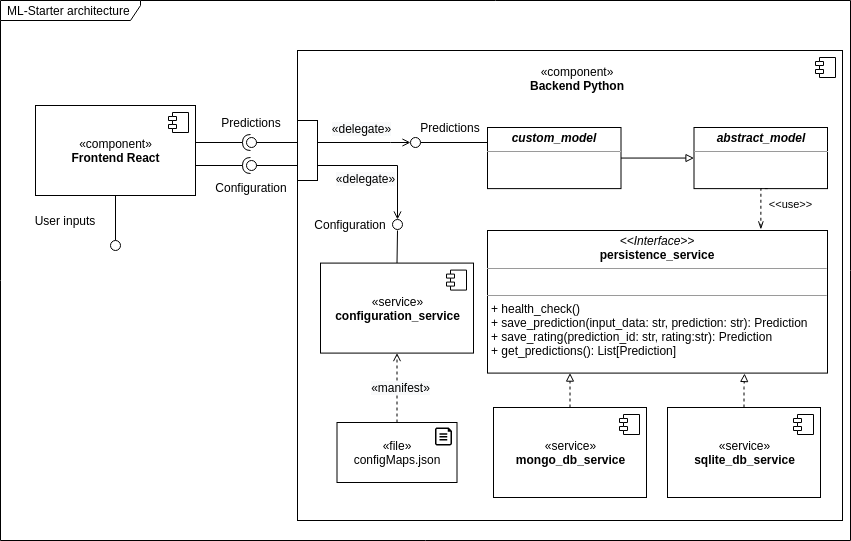
Earlier version of the draw.io export docs/images/architecture.png (loki344/ml-starter). Source tidied: cells renumbered, new cells last; positions are measured from the earlier drawing's top-left corner, leaving out a move shared by most shapes.
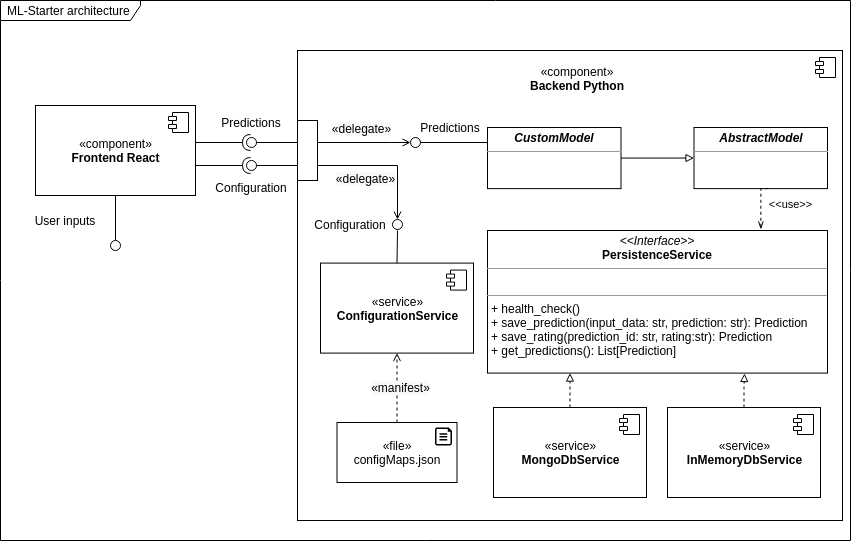
Later version of the same file.

The edit, as a diff of the source:
```diff
@@ -62,7 +62,7 @@
         </Array>
       </mxGeometry>
     </mxCell>
-    <mxCell id="16" value="«service»&lt;br&gt;&lt;b&gt;mongo_db_service&lt;br&gt;&lt;/b&gt;" style="html=1;" parent="1" vertex="1">
+    <mxCell id="16" value="«service»&lt;br&gt;&lt;b&gt;MongoDbService&lt;br&gt;&lt;/b&gt;" style="html=1;" parent="1" vertex="1">
       <mxGeometry x="493" y="407" width="153" height="90" as="geometry" />
     </mxCell>
     <mxCell id="17" style="shape=module;jettyWidth=8;jettyHeight=4;" parent="16" vertex="1">
@@ -73,7 +73,7 @@
     <mxCell id="18" style="edgeStyle=orthogonalEdgeStyle;rounded=0;jettySize=auto;html=1;dashed=1;endArrow=block;endFill=0;entryX=0.756;entryY=1.003;entryDx=0;entryDy=0;entryPerimeter=0;" parent="1" edge="1" source="19" target="27">
       <mxGeometry relative="1" as="geometry" />
     </mxCell>
-    <mxCell id="19" value="«service»&lt;br&gt;&lt;b&gt;sqlite_db_service&lt;br&gt;&lt;/b&gt;" style="html=1;" parent="1" vertex="1">
+    <mxCell id="19" value="«service»&lt;br&gt;&lt;b&gt;InMemoryDbService&lt;br&gt;&lt;/b&gt;" style="html=1;" parent="1" vertex="1">
       <mxGeometry x="667" y="407" width="153" height="90" as="geometry" />
     </mxCell>
     <mxCell id="20" style="shape=module;jettyWidth=8;jettyHeight=4;" parent="19" vertex="1">
@@ -105,10 +105,10 @@
     <mxCell id="25" value="&lt;span&gt;«component»&lt;/span&gt;&lt;br&gt;&lt;b&gt;Backend Python&lt;/b&gt;" style="text;html=1;strokeColor=none;fillColor=none;align=center;verticalAlign=middle;whiteSpace=wrap;rounded=0;" parent="1" vertex="1">
       <mxGeometry x="487" y="67.5" width="180" height="20.4" as="geometry" />
     </mxCell>
-    <mxCell id="26" value="&lt;p style=&quot;margin: 0px ; margin-top: 4px ; text-align: center&quot;&gt;&lt;b&gt;&lt;i&gt;abstract_model&lt;/i&gt;&lt;/b&gt;&lt;/p&gt;&lt;hr size=&quot;1&quot;&gt;&lt;p style=&quot;margin: 0px ; margin-left: 4px&quot;&gt;&lt;br&gt;&lt;/p&gt;" style="verticalAlign=top;align=left;overflow=fill;fontSize=12;fontFamily=Helvetica;html=1;" parent="1" vertex="1">
+    <mxCell id="26" value="&lt;p style=&quot;margin: 0px ; margin-top: 4px ; text-align: center&quot;&gt;&lt;b&gt;&lt;i&gt;AbstractModel&lt;/i&gt;&lt;/b&gt;&lt;/p&gt;&lt;hr size=&quot;1&quot;&gt;&lt;p style=&quot;margin: 0px ; margin-left: 4px&quot;&gt;&lt;br&gt;&lt;/p&gt;" style="verticalAlign=top;align=left;overflow=fill;fontSize=12;fontFamily=Helvetica;html=1;" parent="1" vertex="1">
       <mxGeometry x="693.5" y="127" width="133.5" height="61.1" as="geometry" />
     </mxCell>
-    <mxCell id="27" value="&lt;p style=&quot;margin: 0px ; margin-top: 4px ; text-align: center&quot;&gt;&lt;i&gt;&amp;lt;&amp;lt;Interface&amp;gt;&amp;gt;&lt;/i&gt;&lt;br&gt;&lt;b&gt;persistence_service&lt;/b&gt;&lt;/p&gt;&lt;hr size=&quot;1&quot;&gt;&lt;p style=&quot;margin: 0px ; margin-left: 4px&quot;&gt;&lt;br&gt;&lt;/p&gt;&lt;hr size=&quot;1&quot;&gt;&lt;p style=&quot;margin: 0px ; margin-left: 4px&quot;&gt;+ health_check()&lt;br&gt;+ save_prediction(input_data: str, prediction: str): Prediction&lt;/p&gt;&lt;p style=&quot;margin: 0px ; margin-left: 4px&quot;&gt;+ save_rating(prediction_id: str, rating:str): Prediction&lt;/p&gt;&lt;p style=&quot;margin: 0px ; margin-left: 4px&quot;&gt;+ get_predictions(): List[Prediction]&lt;/p&gt;" style="verticalAlign=top;align=left;overflow=fill;fontSize=12;fontFamily=Helvetica;html=1;" parent="1" vertex="1">
+    <mxCell id="27" value="&lt;p style=&quot;margin: 0px ; margin-top: 4px ; text-align: center&quot;&gt;&lt;i&gt;&amp;lt;&amp;lt;Interface&amp;gt;&amp;gt;&lt;/i&gt;&lt;br&gt;&lt;b&gt;PersistenceService&lt;/b&gt;&lt;/p&gt;&lt;hr size=&quot;1&quot;&gt;&lt;p style=&quot;margin: 0px ; margin-left: 4px&quot;&gt;&lt;br&gt;&lt;/p&gt;&lt;hr size=&quot;1&quot;&gt;&lt;p style=&quot;margin: 0px ; margin-left: 4px&quot;&gt;+ health_check()&lt;br&gt;+ save_prediction(input_data: str, prediction: str): Prediction&lt;/p&gt;&lt;p style=&quot;margin: 0px ; margin-left: 4px&quot;&gt;+ save_rating(prediction_id: str, rating:str): Prediction&lt;/p&gt;&lt;p style=&quot;margin: 0px ; margin-left: 4px&quot;&gt;+ get_predictions(): List[Prediction]&lt;/p&gt;" style="verticalAlign=top;align=left;overflow=fill;fontSize=12;fontFamily=Helvetica;html=1;" parent="1" vertex="1">
       <mxGeometry x="487" y="230" width="340" height="142.6" as="geometry" />
     </mxCell>
     <mxCell id="28" style="group;" parent="1" vertex="1">
@@ -123,7 +123,7 @@
     <mxCell id="31" style="edgeStyle=orthogonalEdgeStyle;rounded=0;jettySize=auto;html=1;endArrow=block;endFill=0;" parent="1" edge="1" source="32" target="26">
       <mxGeometry relative="1" as="geometry" />
     </mxCell>
-    <mxCell id="32" value="&lt;p style=&quot;margin: 0px ; margin-top: 4px ; text-align: center&quot;&gt;&lt;b&gt;&lt;i&gt;custom_model&lt;/i&gt;&lt;/b&gt;&lt;/p&gt;&lt;hr size=&quot;1&quot;&gt;&lt;p style=&quot;margin: 0px ; margin-left: 4px&quot;&gt;&lt;br&gt;&lt;/p&gt;" style="verticalAlign=top;align=left;overflow=fill;fontSize=12;fontFamily=Helvetica;html=1;" parent="1" vertex="1">
+    <mxCell id="32" value="&lt;p style=&quot;margin: 0px ; margin-top: 4px ; text-align: center&quot;&gt;&lt;b&gt;&lt;i&gt;CustomModel&lt;/i&gt;&lt;/b&gt;&lt;/p&gt;&lt;hr size=&quot;1&quot;&gt;&lt;p style=&quot;margin: 0px ; margin-left: 4px&quot;&gt;&lt;br&gt;&lt;/p&gt;" style="verticalAlign=top;align=left;overflow=fill;fontSize=12;fontFamily=Helvetica;html=1;" parent="1" vertex="1">
       <mxGeometry x="487" y="127" width="133.5" height="61.1" as="geometry" />
     </mxCell>
     <mxCell id="33" style="rounded=0;orthogonalLoop=1;jettySize=auto;html=1;endArrow=none;endFill=0;exitX=1;exitY=0.25;exitDx=0;exitDy=0;" parent="1" edge="1">
@@ -177,7 +177,7 @@
         <mxPoint x="397" y="230" as="targetPoint" />
       </mxGeometry>
     </mxCell>
-    <mxCell id="43" value="«service»&lt;br&gt;&lt;b&gt;configuration_service&lt;br&gt;&lt;/b&gt;" style="html=1;" parent="1" vertex="1">
+    <mxCell id="43" value="«service»&lt;br&gt;&lt;b&gt;ConfigurationService&lt;br&gt;&lt;/b&gt;" style="html=1;" parent="1" vertex="1">
       <mxGeometry x="320" y="262.6" width="153" height="90" as="geometry" />
     </mxCell>
     <mxCell id="44" style="shape=module;jettyWidth=8;jettyHeight=4;" parent="43" vertex="1">
```
